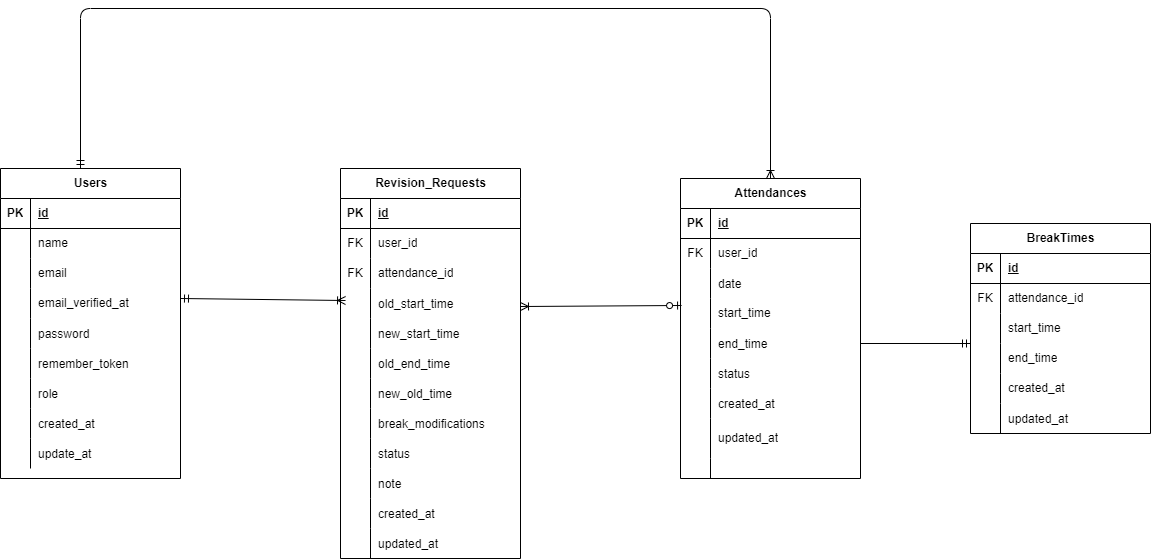
This is ER.drawio.png from tominaga-rikiya/attendance, a draw.io export, as it was before one commit. Source tidied: cells renumbered, new cells last; positions are measured from the earlier drawing's top-left corner, leaving out a move shared by most shapes.
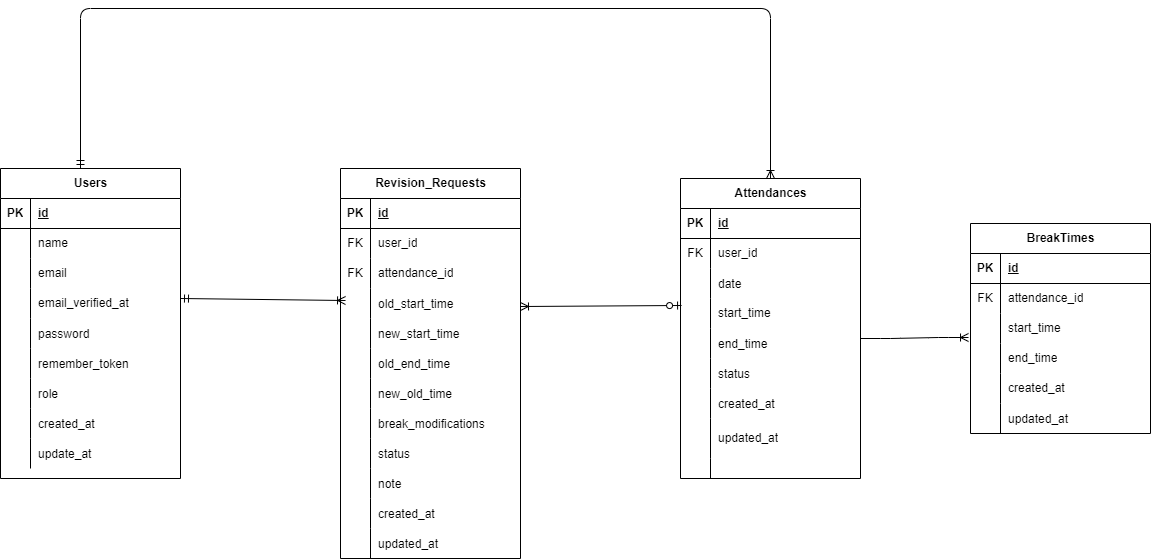
Above is the later version.

The edit, as a diff of the source:
```diff
@@ -358,8 +358,10 @@
         <mxPoint x="520" y="298" as="targetPoint" />
       </mxGeometry>
     </mxCell>
-    <mxCell id="117" style="fontSize=12;html=1;endArrow=ERmandOne;exitX=1;exitY=0.5;exitDx=0;exitDy=0;entryX=0;entryY=1;entryDx=0;entryDy=0;entryPerimeter=0;" parent="1" edge="1" source="100" target="74">
-      <mxGeometry relative="1" as="geometry" />
-    </mxCell>
+    <mxCell id="118" style="edgeStyle=entityRelationEdgeStyle;fontSize=12;html=1;endArrow=ERoneToMany;entryX=-0.011;entryY=0.8;entryDx=0;entryDy=0;entryPerimeter=0;" parent="1" edge="1" target="74">
+      <mxGeometry relative="1" as="geometry">
+        <mxPoint x="860" y="330" as="sourcePoint" />
+      </mxGeometry>
+    </mxCell>
   </root>
 </mxGraphModel>
```
